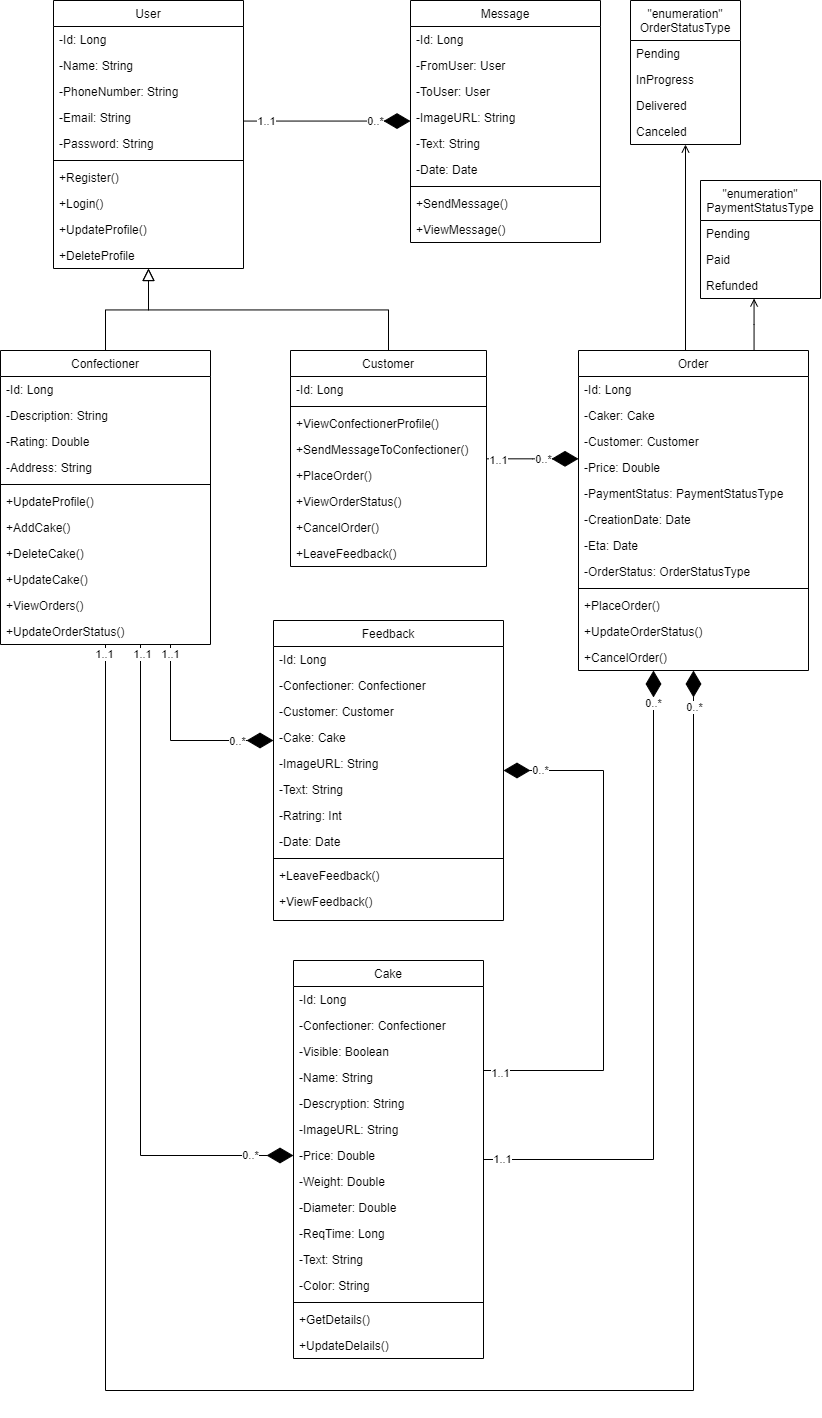
The draw.io diagram Документация/Диаграммы/class.drawio.png in MaksimStrelnikov/tp-9.4, before a commit. Source tidied: cells renumbered, new cells last; positions are measured from the earlier drawing's top-left corner, leaving out a move shared by most shapes.
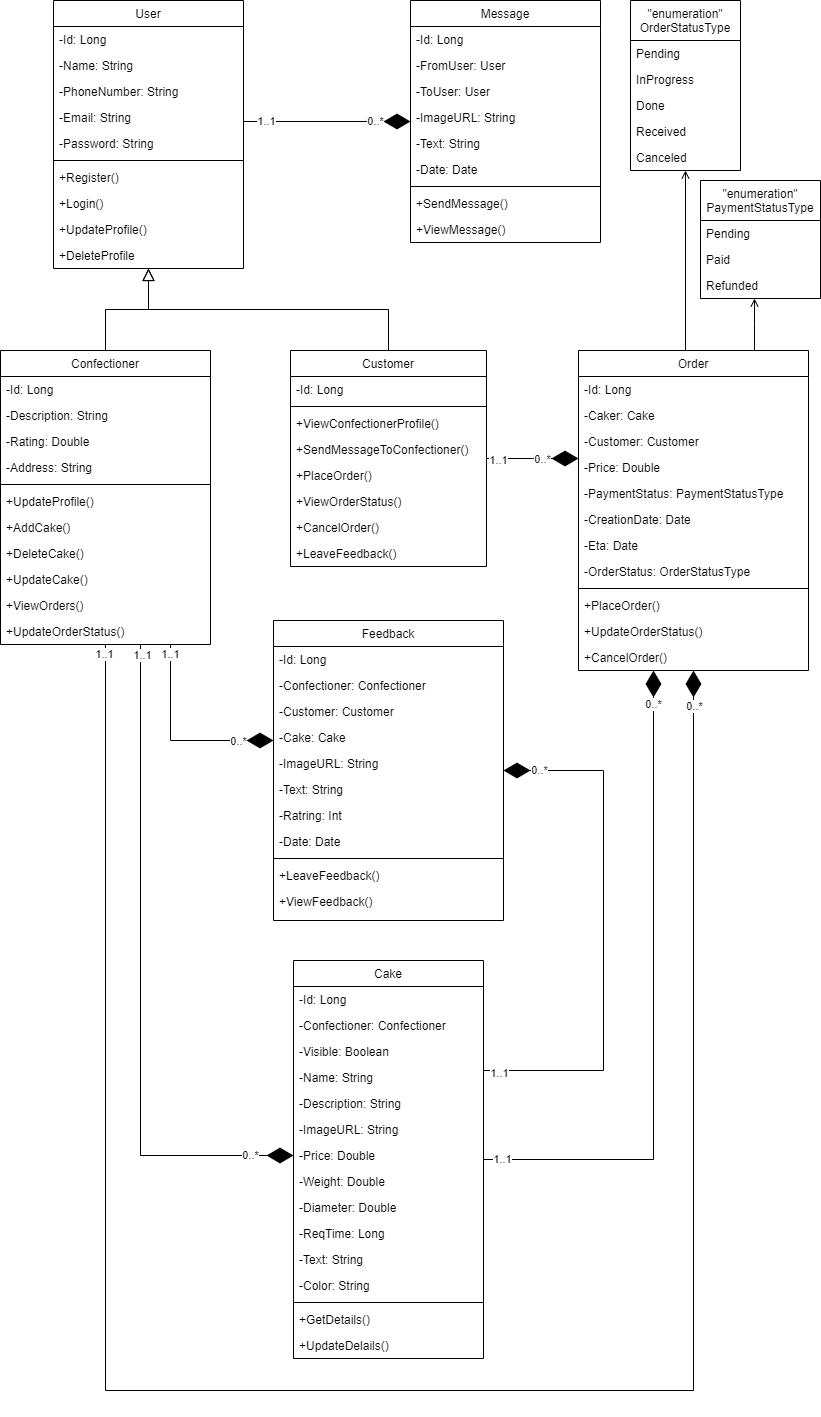
After the commit.

Commit message:
Change er diagram and class diagram

Diff of the diagram source:
```diff
@@ -158,7 +158,7 @@
     <mxCell id="53" value="-Name: String" style="text;align=left;verticalAlign=top;spacingLeft=4;spacingRight=4;overflow=hidden;rounded=0;shadow=0;html=0;" parent="49" vertex="1">
       <mxGeometry y="104" width="190" height="26" as="geometry" />
     </mxCell>
-    <mxCell id="54" value="-Descryption: String" style="text;align=left;verticalAlign=top;spacingLeft=4;spacingRight=4;overflow=hidden;rounded=0;shadow=0;html=0;" parent="49" vertex="1">
+    <mxCell id="54" value="-Description: String" style="text;align=left;verticalAlign=top;spacingLeft=4;spacingRight=4;overflow=hidden;rounded=0;shadow=0;html=0;" parent="49" vertex="1">
       <mxGeometry y="130" width="190" height="26" as="geometry" />
     </mxCell>
     <mxCell id="55" value="-ImageURL: String" style="text;align=left;verticalAlign=top;spacingLeft=4;spacingRight=4;overflow=hidden;rounded=0;shadow=0;html=0;" parent="49" vertex="1">
@@ -290,7 +290,7 @@
       <mxGeometry y="92" width="120" height="26" as="geometry" />
     </mxCell>
     <mxCell id="96" value="&quot;enumeration&quot;&#10;OrderStatusType" style="swimlane;fontStyle=0;align=center;verticalAlign=top;horizontal=1;startSize=40;rounded=0;shadow=0;strokeWidth=1;" parent="1" vertex="1">
-      <mxGeometry x="630" width="110" height="144" as="geometry" />
+      <mxGeometry x="630" width="110" height="170" as="geometry" />
     </mxCell>
     <mxCell id="97" value="Pending" style="text;align=left;verticalAlign=top;spacingLeft=4;spacingRight=4;overflow=hidden;" parent="96" vertex="1">
       <mxGeometry y="40" width="110" height="26" as="geometry" />
@@ -298,11 +298,14 @@
     <mxCell id="98" value="InProgress" style="text;align=left;verticalAlign=top;spacingLeft=4;spacingRight=4;overflow=hidden;" parent="96" vertex="1">
       <mxGeometry y="66" width="110" height="26" as="geometry" />
     </mxCell>
-    <mxCell id="99" value="Delivered" style="text;align=left;verticalAlign=top;spacingLeft=4;spacingRight=4;overflow=hidden;" parent="96" vertex="1">
+    <mxCell id="99" value="Done" style="text;align=left;verticalAlign=top;spacingLeft=4;spacingRight=4;overflow=hidden;" parent="96" vertex="1">
       <mxGeometry y="92" width="110" height="26" as="geometry" />
     </mxCell>
+    <mxCell id="119" value="Received" style="text;align=left;verticalAlign=top;spacingLeft=4;spacingRight=4;overflow=hidden;" parent="96" vertex="1">
+      <mxGeometry y="118" width="110" height="26" as="geometry" />
+    </mxCell>
     <mxCell id="100" value="Canceled" style="text;align=left;verticalAlign=top;spacingLeft=4;spacingRight=4;overflow=hidden;" parent="96" vertex="1">
-      <mxGeometry y="118" width="110" height="26" as="geometry" />
+      <mxGeometry y="144" width="110" height="26" as="geometry" />
     </mxCell>
     <mxCell id="101" style="endArrow=diamondThin;endFill=1;endSize=24;html=1;rounded=0;edgeStyle=elbowEdgeStyle;elbow=vertical;" parent="1" edge="1" source="27" target="67">
       <mxGeometry relative="1" as="geometry" />
```
